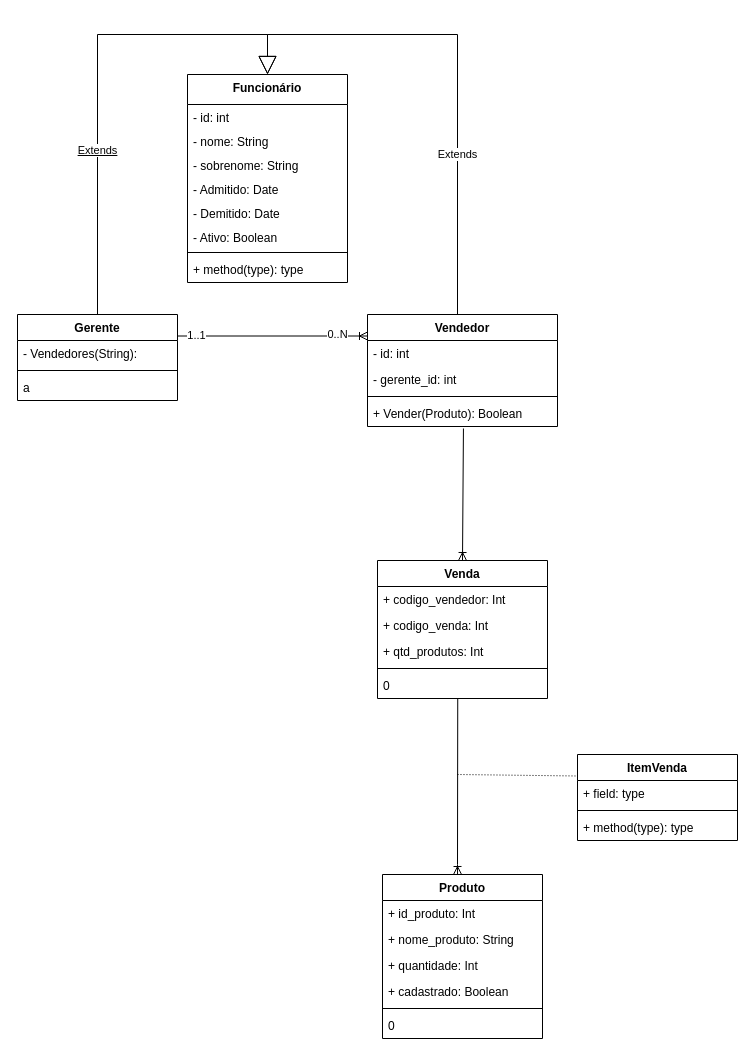
Above: DiagramaDeClasse.drawio in gmdias727/fuzzy-doodle (draw.io), before the change. Source tidied: cells renumbered, new cells numbered last; positions are measured from the earlier drawing's top-left corner, leaving out a move shared by most shapes. Both pictures are drawn from the tidied source at 100%, with x=0, y=0 at pixel (17, 34).
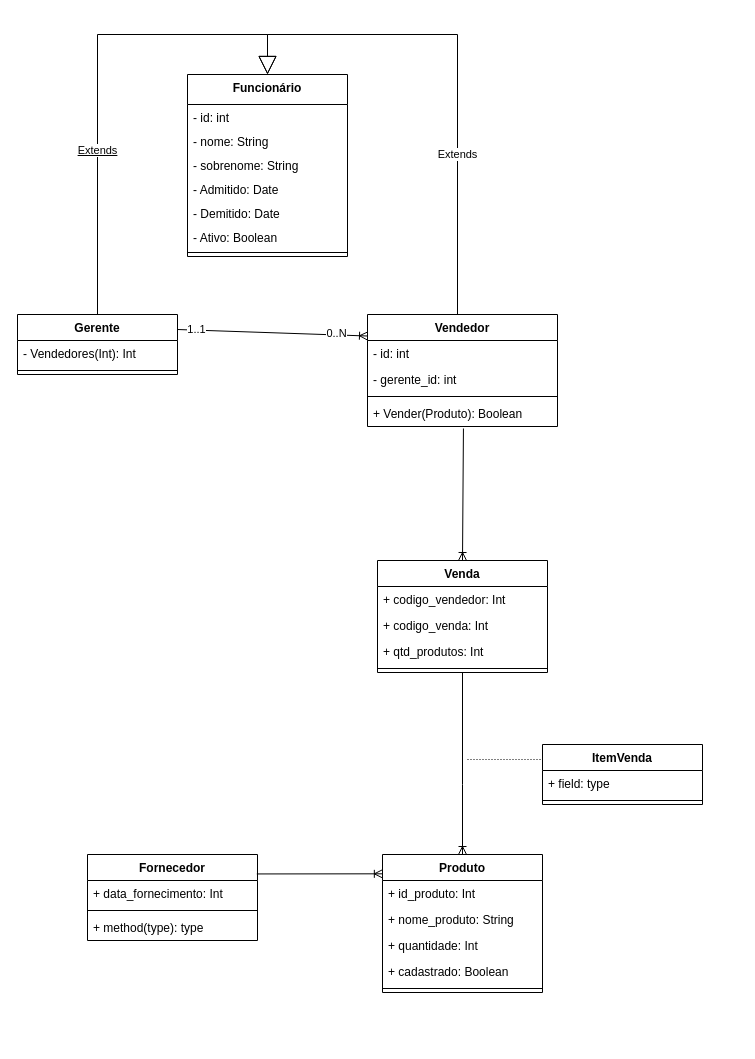
The same diagram, later.

What changed in the source:
```diff
@@
     <mxCell id="2" value="Funcionário" style="swimlane;fontStyle=1;align=center;verticalAlign=top;horizontal=1;startSize=30;" parent="1" vertex="1">
-      <mxGeometry x="170" y="40" width="160" height="208" as="geometry" />
+      <mxGeometry x="170" y="40" width="160" height="182" as="geometry" />
     </mxCell>
@@
-    <mxCell id="10" value="+ method(type): type" style="text;strokeColor=none;fillColor=none;align=left;verticalAlign=top;spacingLeft=4;spacingRight=4;overflow=hidden;" parent="2" vertex="1">
-      <mxGeometry y="182" width="160" height="26" as="geometry" />
-    </mxCell>
     <mxCell id="11" value="Gerente" style="swimlane;fontStyle=1;align=center;verticalAlign=top;horizontal=1;startSize=26;" parent="1" vertex="1">
-      <mxGeometry y="280" width="160" height="86" as="geometry" />
+      <mxGeometry y="280" width="160" height="60" as="geometry" />
     </mxCell>
-    <mxCell id="12" value="- Vendedores(String):" style="text;strokeColor=none;fillColor=none;align=left;verticalAlign=top;spacingLeft=4;spacingRight=4;overflow=hidden;" parent="11" vertex="1">
+    <mxCell id="12" value="- Vendedores(Int): Int" style="text;strokeColor=none;fillColor=none;align=left;verticalAlign=top;spacingLeft=4;spacingRight=4;overflow=hidden;" parent="11" vertex="1">
       <mxGeometry y="26" width="160" height="26" as="geometry" />
     </mxCell>
@@
-    <mxCell id="14" value="a" style="text;strokeColor=none;fillColor=none;align=left;verticalAlign=top;spacingLeft=4;spacingRight=4;overflow=hidden;" parent="11" vertex="1">
-      <mxGeometry y="60" width="160" height="26" as="geometry" />
-    </mxCell>
@@
     <mxCell id="20" value="Venda" style="swimlane;fontStyle=1;align=center;verticalAlign=top;horizontal=1;startSize=26;" parent="1" vertex="1">
-      <mxGeometry x="360" y="526" width="170" height="138" as="geometry" />
+      <mxGeometry x="360" y="526" width="170" height="112" as="geometry" />
     </mxCell>
@@
-    <mxCell id="25" value="0" style="text;strokeColor=none;fillColor=none;align=left;verticalAlign=top;spacingLeft=4;spacingRight=4;overflow=hidden;points=[[0,0.5],[1,0.5]];portConstraint=eastwest;" parent="20" vertex="1">
-      <mxGeometry y="112" width="170" height="26" as="geometry" />
-    </mxCell>
@@
     <mxCell id="28" value="Produto" style="swimlane;fontStyle=1;align=center;verticalAlign=top;horizontal=1;startSize=26;" parent="1" vertex="1">
-      <mxGeometry x="365" y="840" width="160" height="164" as="geometry" />
+      <mxGeometry x="365" y="820" width="160" height="138" as="geometry" />
     </mxCell>
@@
-    <mxCell id="34" value="0" style="text;strokeColor=none;fillColor=none;align=left;verticalAlign=top;spacingLeft=4;spacingRight=4;overflow=hidden;" parent="28" vertex="1">
-      <mxGeometry y="138" width="160" height="26" as="geometry" />
-    </mxCell>
@@
     <mxCell id="39" value="ItemVenda" style="swimlane;fontStyle=1;align=center;verticalAlign=top;horizontal=1;startSize=26;" parent="1" vertex="1">
-      <mxGeometry x="560" y="720" width="160" height="86" as="geometry" />
+      <mxGeometry x="525" y="710" width="160" height="60" as="geometry" />
     </mxCell>
@@
-    <mxCell id="42" value="+ method(type): type" style="text;strokeColor=none;fillColor=none;align=left;verticalAlign=top;spacingLeft=4;spacingRight=4;overflow=hidden;" parent="39" vertex="1">
-      <mxGeometry y="60" width="160" height="26" as="geometry" />
-    </mxCell>
-    <mxCell id="43" style="fontSize=12;html=1;endArrow=ERoneToMany;rounded=0;elbow=vertical;exitX=0.472;exitY=1.001;exitDx=0;exitDy=0;exitPerimeter=0;entryX=0.469;entryY=0;entryDx=0;entryDy=0;entryPerimeter=0;" parent="1" edge="1" source="25" target="28">
+    <mxCell id="43" style="fontSize=12;html=1;endArrow=ERoneToMany;rounded=0;elbow=vertical;exitX=0.5;exitY=1;exitDx=0;exitDy=0;entryX=0.5;entryY=0;entryDx=0;entryDy=0;" parent="1" edge="1" source="20" target="28">
       <mxGeometry relative="1" as="geometry">
         <Array as="points">
-          <mxPoint x="440" y="830" />
+          <mxPoint x="445" y="750" />
         </Array>
       </mxGeometry>
     </mxCell>
     <mxCell id="44" style="endArrow=none;html=1;rounded=0;dashed=1;dashPattern=1 2;elbow=vertical;entryX=0;entryY=0.25;entryDx=0;entryDy=0;" parent="1" edge="1" target="39">
       <mxGeometry relative="1" as="geometry">
-        <mxPoint x="440" y="740" as="sourcePoint" />
+        <mxPoint x="450" y="725" as="sourcePoint" />
       </mxGeometry>
     </mxCell>
+    <mxCell id="45" value="Fornecedor" style="swimlane;fontStyle=1;align=center;verticalAlign=top;horizontal=1;startSize=26;" parent="1" vertex="1">
+      <mxGeometry x="70" y="820" width="170" height="86" as="geometry" />
+    </mxCell>
+    <mxCell id="46" value="+ data_fornecimento: Int" style="text;strokeColor=none;fillColor=none;align=left;verticalAlign=top;spacingLeft=4;spacingRight=4;overflow=hidden;" parent="45" vertex="1">
+      <mxGeometry y="26" width="170" height="26" as="geometry" />
+    </mxCell>
+    <mxCell id="47" style="line;strokeWidth=1;fillColor=none;align=left;verticalAlign=middle;spacingTop=-1;spacingLeft=3;spacingRight=3;labelPosition=right;" parent="45" vertex="1">
+      <mxGeometry y="52" width="170" height="8" as="geometry" />
+    </mxCell>
+    <mxCell id="48" value="+ method(type): type" style="text;strokeColor=none;fillColor=none;align=left;verticalAlign=top;spacingLeft=4;spacingRight=4;overflow=hidden;" parent="45" vertex="1">
+      <mxGeometry y="60" width="170" height="26" as="geometry" />
+    </mxCell>
+    <mxCell id="49" style="fontSize=12;html=1;endArrow=ERoneToMany;rounded=0;entryX=-0.001;entryY=0.14;entryDx=0;entryDy=0;entryPerimeter=0;exitX=0.996;exitY=0.226;exitDx=0;exitDy=0;exitPerimeter=0;" parent="1" edge="1" source="45" target="28">
+      <mxGeometry relative="1" as="geometry" />
+    </mxCell>
```
